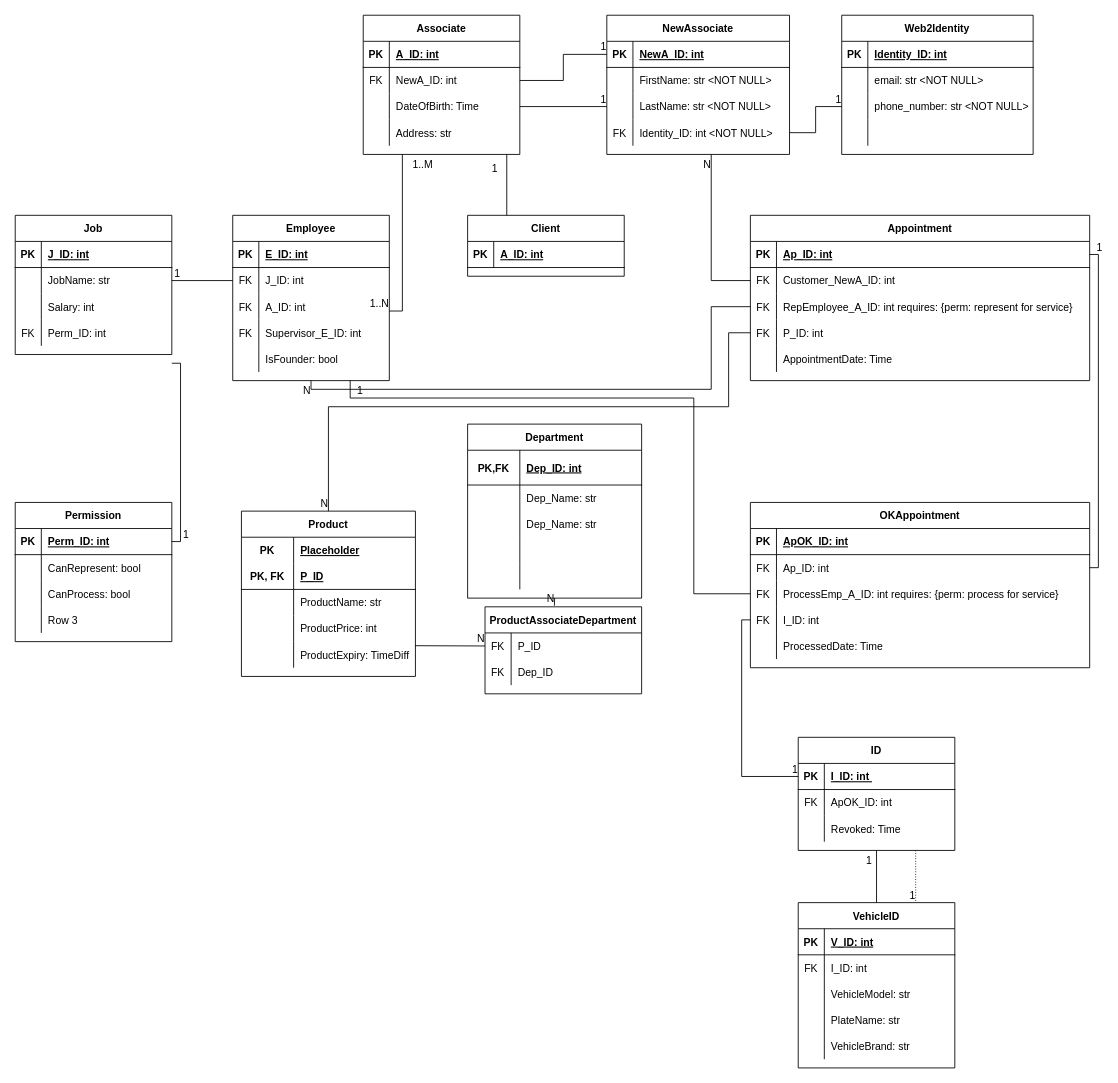
The draw.io diagram page "Page-1" (1 of 2) of erd.drawio in hungtr-uofa/CSC460_DMV_Database, before the edit. Source tidied: cells renumbered, new cells numbered last; positions are measured from the earlier drawing's top-left corner, leaving out a move shared by most shapes. Both pictures are drawn from the tidied source at 87%, with x=0, y=0 at pixel (15, 15).
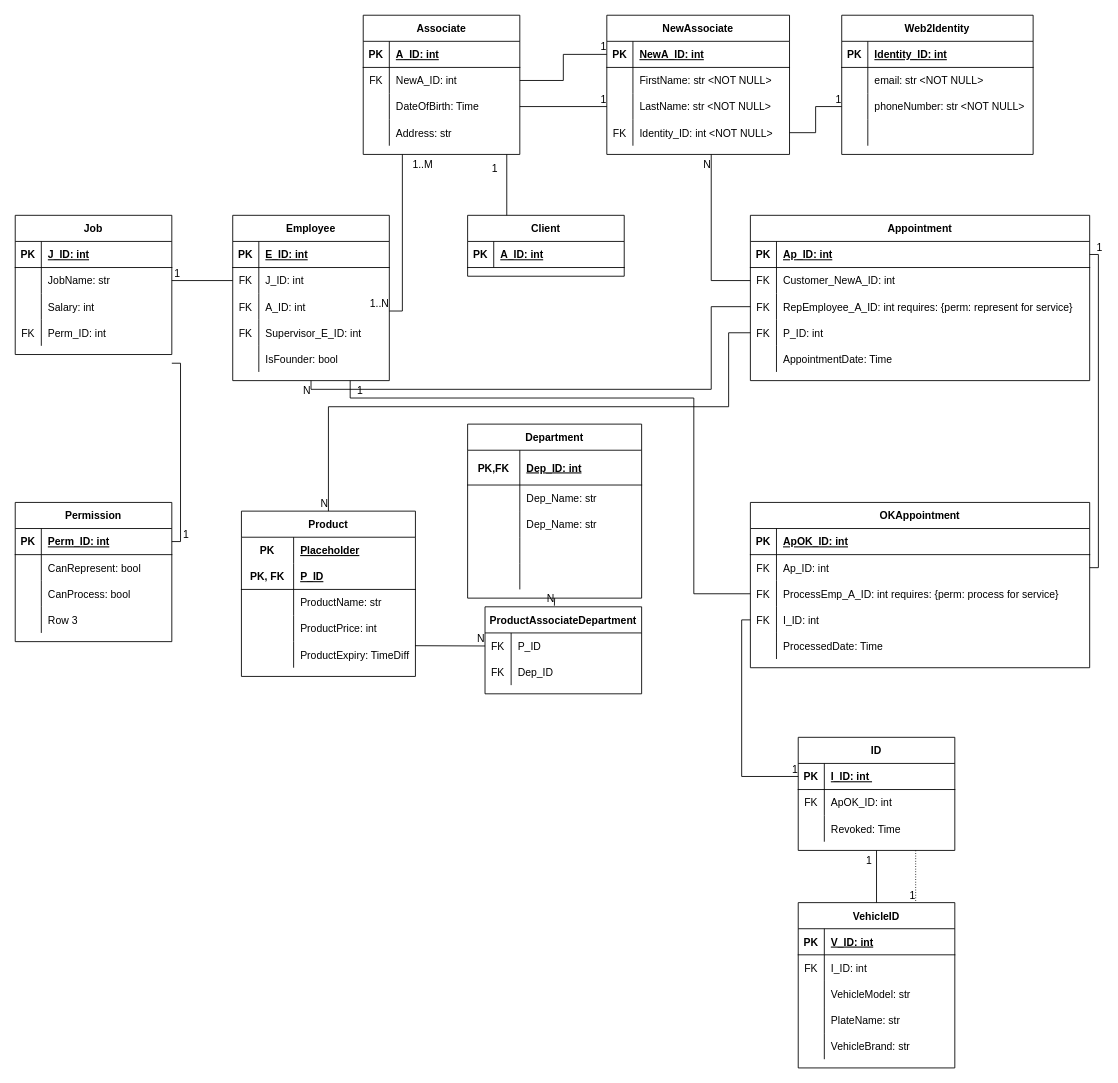
After the change.

The change refers to these unchanged cells:
```xml
<mxCell id="191" style="shape=partialRectangle;fillColor=none;top=0;left=0;bottom=0;right=0;points=[[0,0.5],[1,0.5]];portConstraint=eastwest;" parent="184" vertex="1">
  <mxGeometry y="90" width="220" height="30" as="geometry" />
</mxCell>
```

Change to the diagram source:
```diff
@@
-    <mxCell id="193" value="phone_number: str &lt;NOT NULL&gt;" style="shape=partialRectangle;fillColor=none;top=0;left=0;bottom=0;right=0;align=left;spacingLeft=6;overflow=hidden;" parent="191" vertex="1">
+    <mxCell id="193" value="phoneNumber: str &lt;NOT NULL&gt;" style="shape=partialRectangle;fillColor=none;top=0;left=0;bottom=0;right=0;align=left;spacingLeft=6;overflow=hidden;" parent="191" vertex="1">
       <mxGeometry x="30" width="190" height="30" as="geometry" />
     </mxCell>
```
